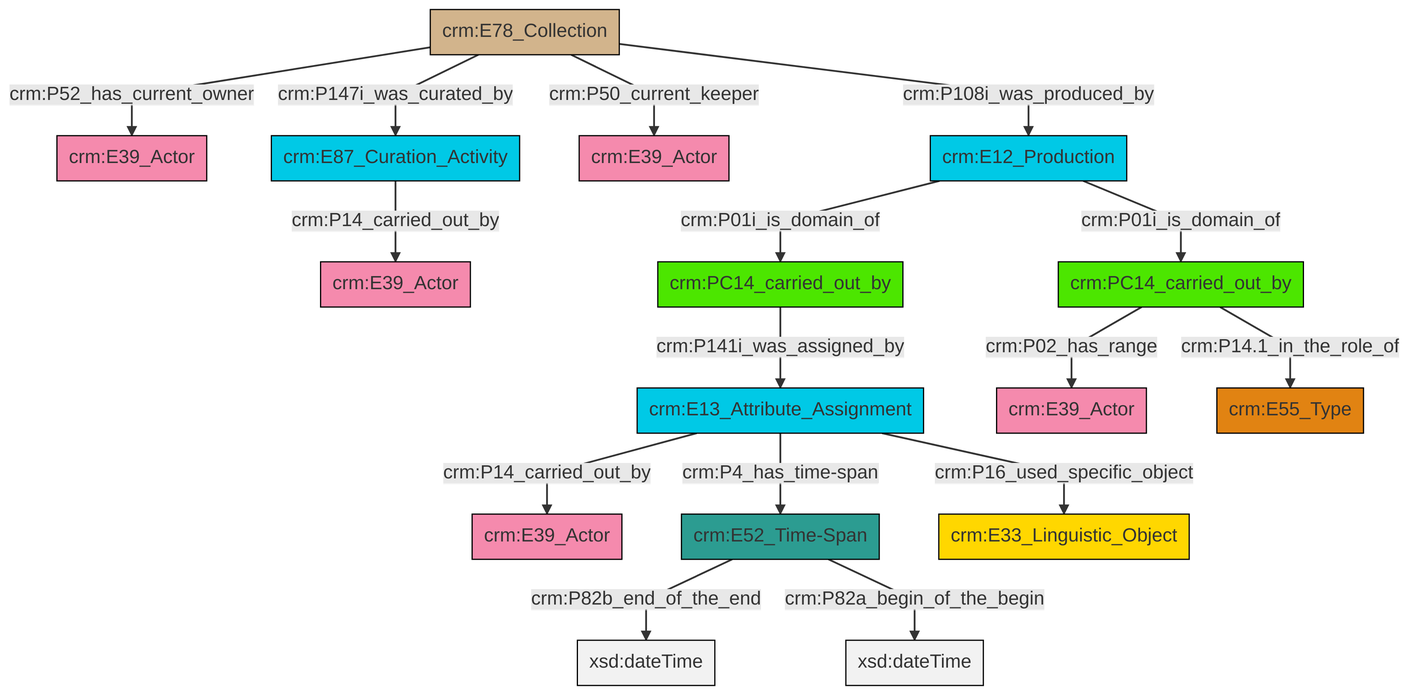
Before: et/archivalCSV/ttl/mmd/png/archival_relation.png, a diagram exported from Mermaid (swiss-art-research-net/docs.swissartresearch). Its source is kept beside it as et/archivalCSV/ttl/mmd/archival_relation.ttl.mmd.
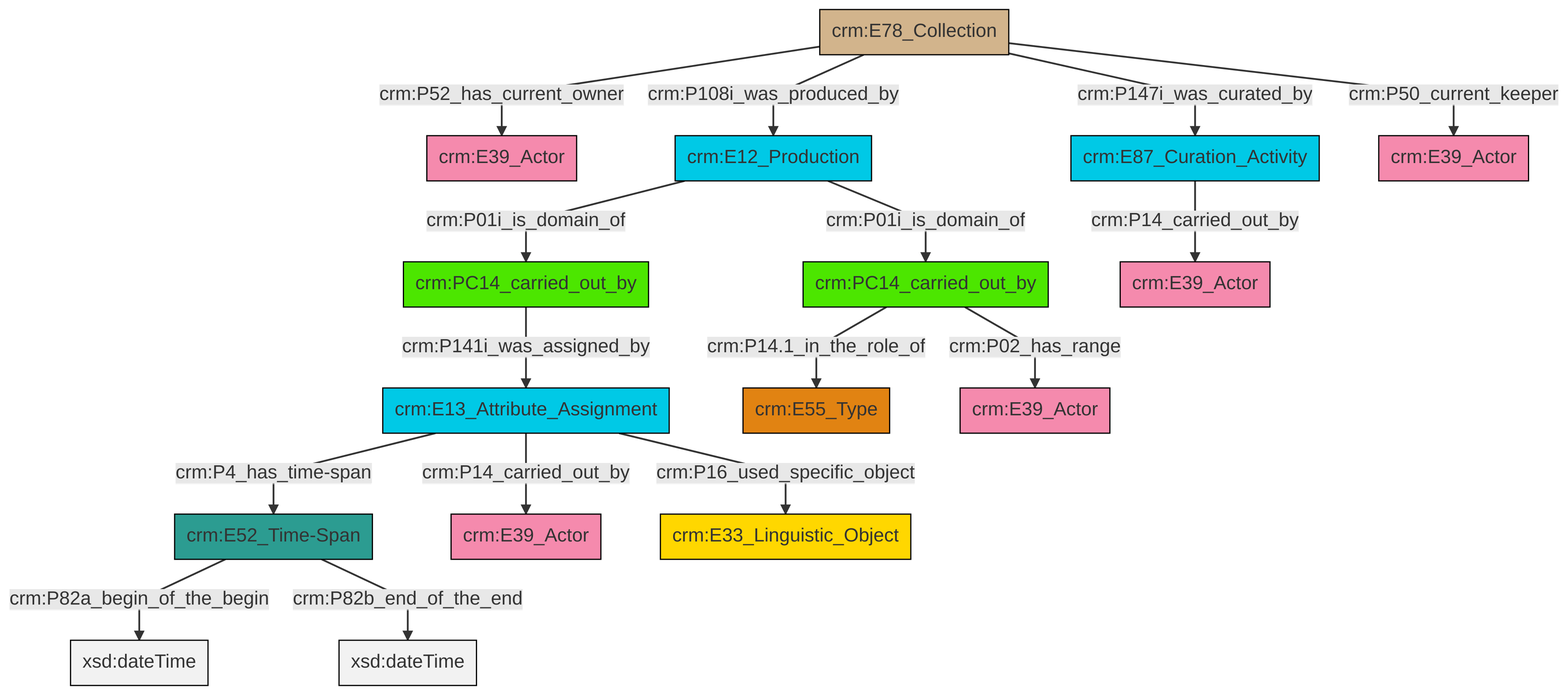
After the change.

What changed in the source:
```diff
@@ -13,18 +13,18 @@
 classDef PC_Classes fill:#4ce600, stroke:#000000;
 classDef Multi fill:#cccccc,stroke:#000000;
 
-2["crm:E87_Curation_Activity"]:::Temporal_Entity -->|crm:P14_carried_out_by| 3["crm:E39_Actor"]:::Actor
-4["crm:E78_Collection"]:::Physical_Thing -->|crm:P147i_was_curated_by| 2["crm:E87_Curation_Activity"]:::Temporal_Entity
-9["crm:PC14_carried_out_by"]:::PC_Classes -->|crm:P02_has_range| 10["crm:E39_Actor"]:::Actor
-11["crm:E12_Production"]:::Temporal_Entity -->|crm:P01i_is_domain_of| 12["crm:PC14_carried_out_by"]:::PC_Classes
-5["crm:E13_Attribute_Assignment"]:::Temporal_Entity -->|crm:P14_carried_out_by| 13["crm:E39_Actor"]:::Actor
-15["crm:E52_Time-Span"]:::Time-Span -->|crm:P82b_end_of_the_end| 16[xsd:dateTime]:::Literal
-4["crm:E78_Collection"]:::Physical_Thing -->|crm:P108i_was_produced_by| 11["crm:E12_Production"]:::Temporal_Entity
-12["crm:PC14_carried_out_by"]:::PC_Classes -->|crm:P141i_was_assigned_by| 5["crm:E13_Attribute_Assignment"]:::Temporal_Entity
-4["crm:E78_Collection"]:::Physical_Thing -->|crm:P50_current_keeper| 7["crm:E39_Actor"]:::Actor
-4["crm:E78_Collection"]:::Physical_Thing -->|crm:P52_has_current_owner| 0["crm:E39_Actor"]:::Actor
-5["crm:E13_Attribute_Assignment"]:::Temporal_Entity -->|crm:P4_has_time-span| 15["crm:E52_Time-Span"]:::Time-Span
-5["crm:E13_Attribute_Assignment"]:::Temporal_Entity -->|crm:P16_used_specific_object| 17["crm:E33_Linguistic_Object"]:::Conceptual_Object
-9["crm:PC14_carried_out_by"]:::PC_Classes -->|crm:P14.1_in_the_role_of| 20["crm:E55_Type"]:::Type
-11["crm:E12_Production"]:::Temporal_Entity -->|crm:P01i_is_domain_of| 9["crm:PC14_carried_out_by"]:::PC_Classes
-15["crm:E52_Time-Span"]:::Time-Span -->|crm:P82a_begin_of_the_begin| 29[xsd:dateTime]:::Literal
+4["crm:E12_Production"]:::Temporal_Entity -->|crm:P01i_is_domain_of| 5["crm:PC14_carried_out_by"]:::PC_Classes
+7["crm:PC14_carried_out_by"]:::PC_Classes -->|crm:P141i_was_assigned_by| 8["crm:E13_Attribute_Assignment"]:::Temporal_Entity
+2["crm:E78_Collection"]:::Physical_Thing -->|crm:P108i_was_produced_by| 4["crm:E12_Production"]:::Temporal_Entity
+2["crm:E78_Collection"]:::Physical_Thing -->|crm:P147i_was_curated_by| 11["crm:E87_Curation_Activity"]:::Temporal_Entity
+8["crm:E13_Attribute_Assignment"]:::Temporal_Entity -->|crm:P4_has_time-span| 12["crm:E52_Time-Span"]:::Time-Span
+12["crm:E52_Time-Span"]:::Time-Span -->|crm:P82a_begin_of_the_begin| 13[xsd:dateTime]:::Literal
+11["crm:E87_Curation_Activity"]:::Temporal_Entity -->|crm:P14_carried_out_by| 9["crm:E39_Actor"]:::Actor
+12["crm:E52_Time-Span"]:::Time-Span -->|crm:P82b_end_of_the_end| 14[xsd:dateTime]:::Literal
+4["crm:E12_Production"]:::Temporal_Entity -->|crm:P01i_is_domain_of| 7["crm:PC14_carried_out_by"]:::PC_Classes
+8["crm:E13_Attribute_Assignment"]:::Temporal_Entity -->|crm:P16_used_specific_object| 18["crm:E33_Linguistic_Object"]:::Conceptual_Object
+2["crm:E78_Collection"]:::Physical_Thing -->|crm:P52_has_current_owner| 0["crm:E39_Actor"]:::Actor
+5["crm:PC14_carried_out_by"]:::PC_Classes -->|crm:P14.1_in_the_role_of| 20["crm:E55_Type"]:::Type
+8["crm:E13_Attribute_Assignment"]:::Temporal_Entity -->|crm:P14_carried_out_by| 15["crm:E39_Actor"]:::Actor
+2["crm:E78_Collection"]:::Physical_Thing -->|crm:P50_current_keeper| 22["crm:E39_Actor"]:::Actor
+5["crm:PC14_carried_out_by"]:::PC_Classes -->|crm:P02_has_range| 25["crm:E39_Actor"]:::Actor
```
